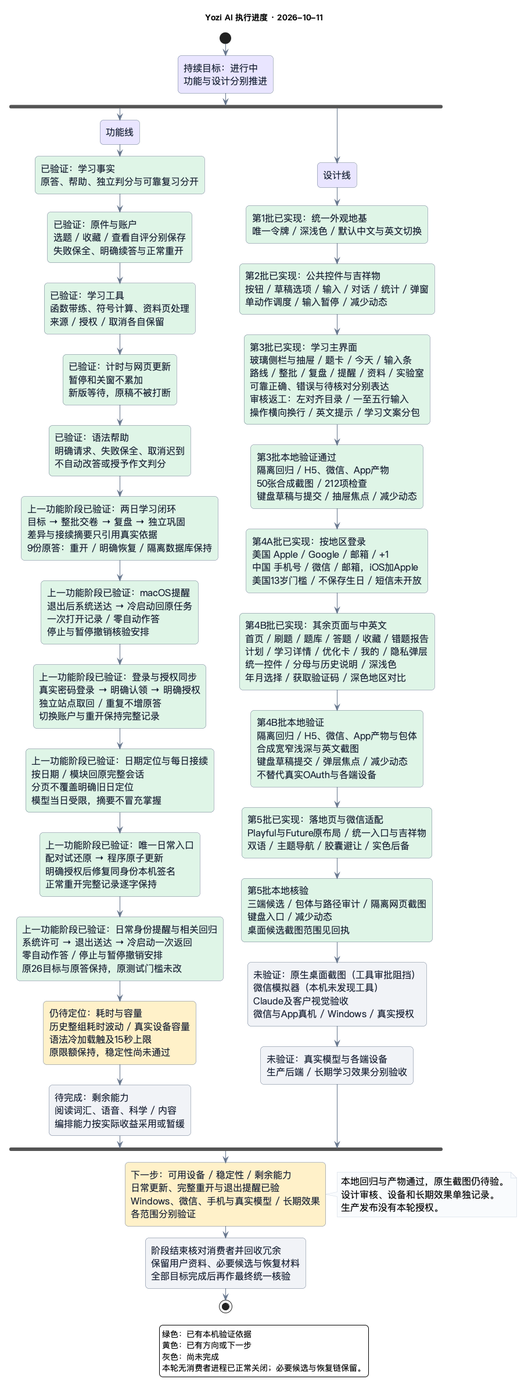
Above: docs/diagrams/13-progress.png in djblack1209-coder/EXAM-MASTER (PlantUML), before the change. Its source is kept beside it as docs/diagrams/13-progress.puml.
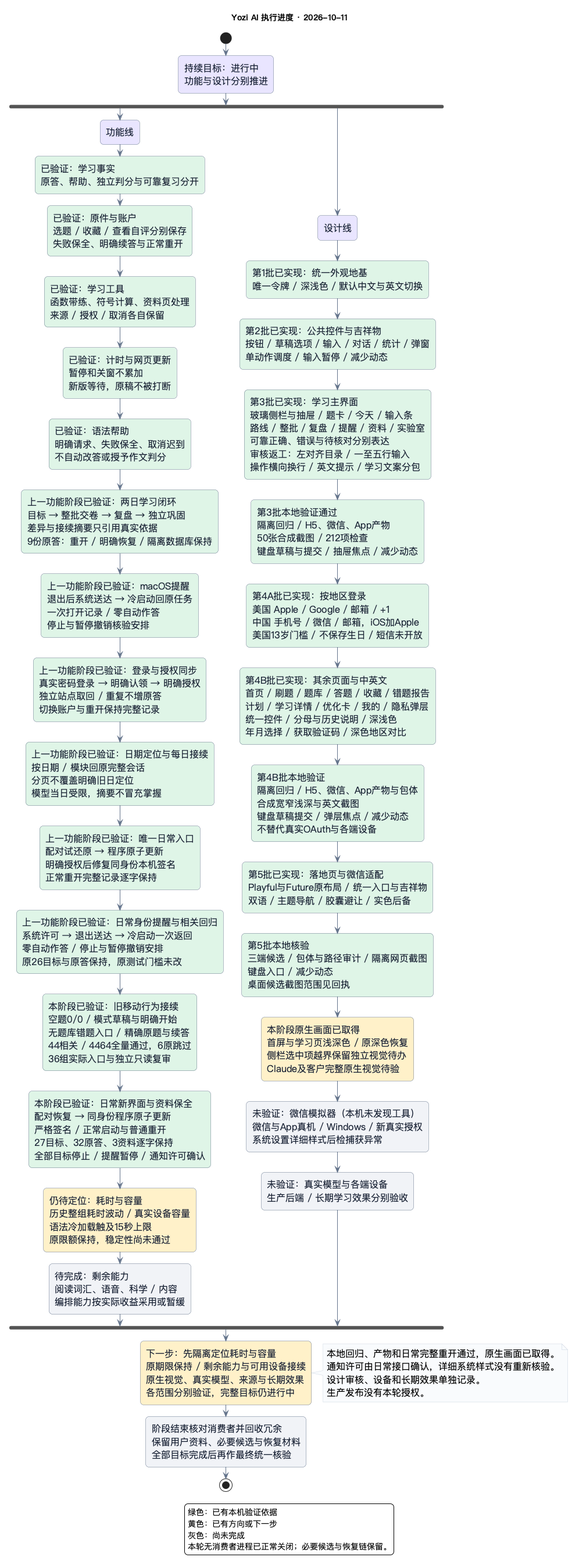
After the commit.

Diff of the diagram source:
```diff
@@ -29,6 +29,8 @@
     :上一功能阶段已验证：日期定位与每日接续\n按日期 / 模块回原完整会话\n分页不覆盖明确旧日定位\n模型当日受限，摘要不冒充掌握; <<#DFF5E6>>
     :上一功能阶段已验证：唯一日常入口\n配对试还原 → 程序原子更新\n明确授权后修复同身份本机签名\n正常重开完整记录逐字保持; <<#DFF5E6>>
     :上一功能阶段已验证：日常身份提醒与相关回归\n系统许可 → 退出送达 → 冷启动一次返回\n零自动作答 / 停止与暂停撤销安排\n原26目标与原答保持，原测试门槛未改; <<#DFF5E6>>
+    :本阶段已验证：旧移动行为接续\n空题0/0 / 模式草稿与明确开始\n无题库错题入口 / 精确原题与续答\n44相关 / 4464全量通过，6原跳过\n36组实际入口与独立只读复审; <<#DFF5E6>>
+    :本阶段已验证：日常新界面与资料保全\n配对恢复 → 同身份程序原子更新\n严格签名 / 正常启动与普通重开\n27目标、32原答、3资料逐字保持\n全部目标停止 / 提醒暂停 / 通知许可确认; <<#DFF5E6>>
     :仍待定位：耗时与容量\n历史整组耗时波动 / 真实设备容量\n语法冷加载触及15秒上限\n原限额保持，稳定性尚未通过; <<#FFF1C9>>
     :待完成：剩余能力\n阅读词汇、语音、科学 / 内容\n编排能力按实际收益采用或暂缓; <<#F0F2F6>>
 fork again
@@ -42,13 +44,15 @@
     :第4B批本地验证\n隔离回归 / H5、微信、App产物与包体\n合成宽窄浅深与英文截图\n键盘草稿提交 / 弹层焦点 / 减少动态\n不替代真实OAuth与各端设备; <<#DFF5E6>>
     :第5批已实现：落地页与微信适配\nPlayful与Future原布局 / 统一入口与吉祥物\n双语 / 主题导航 / 胶囊避让 / 实色后备; <<#DFF5E6>>
     :第5批本地核验\n三端候选 / 包体与路径审计 / 隔离网页截图\n键盘入口 / 减少动态\n桌面候选截图范围见回执; <<#DFF5E6>>
-    :未验证：原生桌面截图（工具审批阻挡）\n微信模拟器（本机未发现工具）\nClaude及客户视觉验收\n微信与App真机 / Windows / 真实授权; <<#F0F2F6>>
+    :本阶段原生画面已取得\n首屏与学习页浅深色 / 原深色恢复\n侧栏选中项越界保留独立视觉待办\nClaude及客户完整原生视觉待验; <<#FFF1C9>>
+    :未验证：微信模拟器（本机未发现工具）\n微信与App真机 / Windows / 新真实授权\n系统设置详细样式后检捕获异常; <<#F0F2F6>>
     :未验证：真实模型与各端设备\n生产后端 / 长期学习效果分别验收; <<#F0F2F6>>
 end fork
 
-:下一步：可用设备 / 稳定性 / 剩余能力\n日常更新、完整重开与退出提醒已验\nWindows、微信、手机与真实模型 / 长期效果\n各范围分别验证; <<#FFF1C9>>
+:下一步：先隔离定位耗时与容量\n原期限保持 / 剩余能力与可用设备接续\n原生视觉、真实模型、来源与长期效果\n各范围分别验证，完整目标仍进行中; <<#FFF1C9>>
 note right
-  本地回归与产物通过，原生截图仍待验。
+  本地回归、产物和日常完整重开通过，原生画面已取得。
+  通知许可由日常接口确认，详细系统样式没有重新核验。
   设计审核、设备和长期效果单独记录。
   生产发布没有本轮授权。
 end note
```
